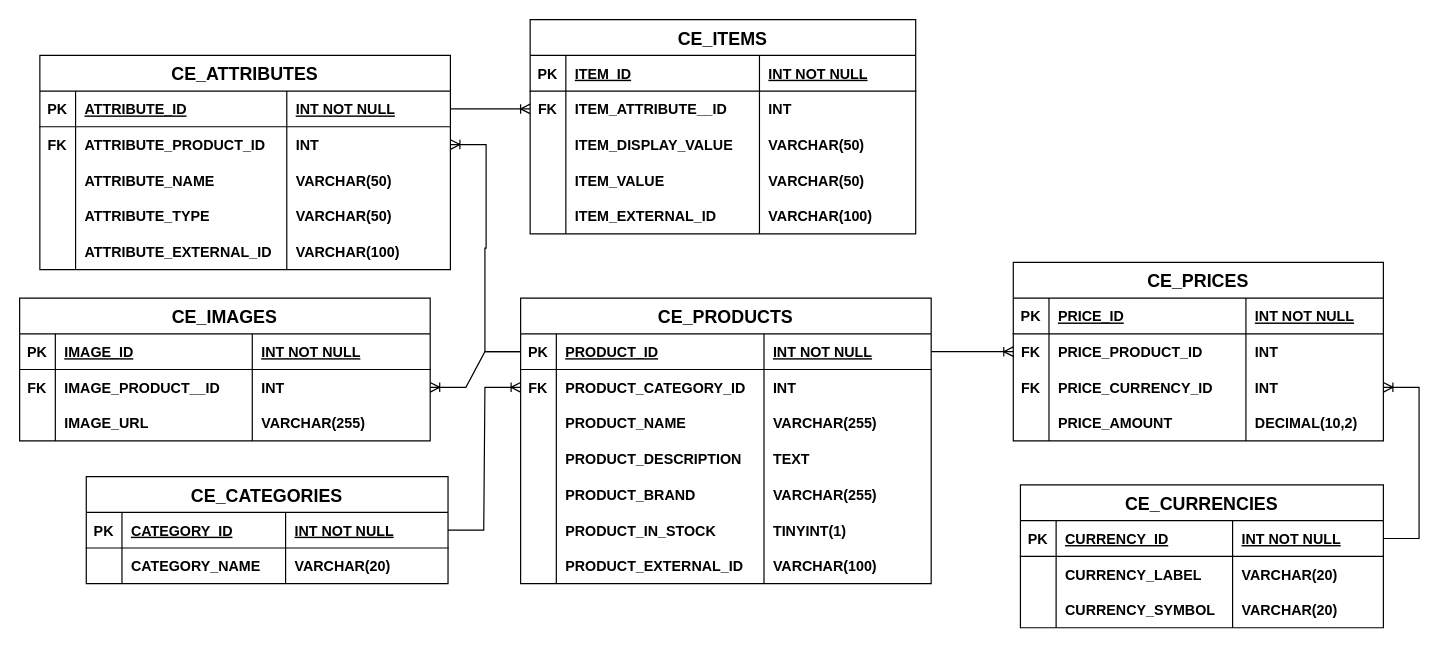
This is database/Products_3NF.drawio from GiorgiEz/eCommerceWebsite, a draw.io file, before an edit. Source tidied: cells renumbered, new cells numbered last; positions are measured from the earlier drawing's top-left corner, leaving out a move shared by most shapes. Both pictures are drawn from the tidied source at 119%, with x=0, y=0 at pixel (19, 19).
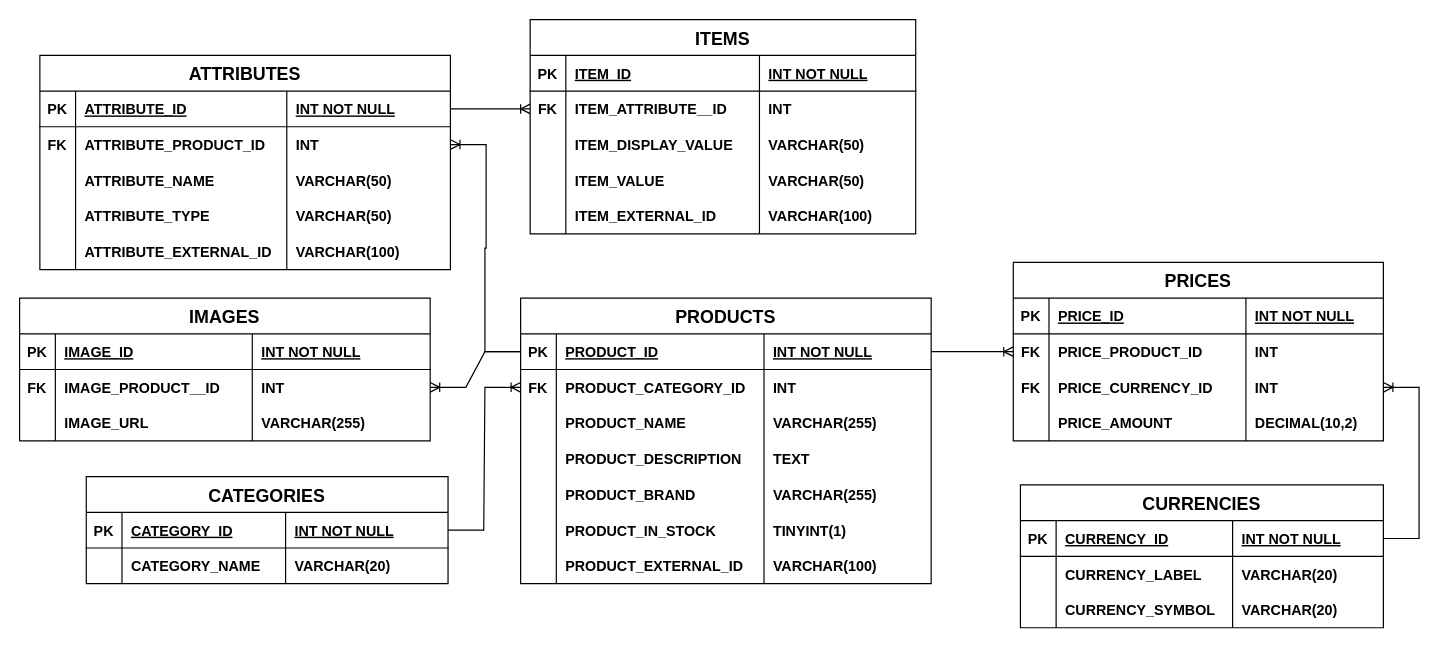
Above is the later version.

The edit, as a diff of the source:
```diff
@@
-    <mxCell id="2" value="CE_CATEGORIES" style="shape=table;startSize=30;childLayout=tableLayout;rowLines=0;fontStyle=1;align=center;fontSize=15;" parent="1" vertex="1">
+    <mxCell id="2" value="CATEGORIES" style="shape=table;startSize=30;childLayout=tableLayout;rowLines=0;fontStyle=1;align=center;fontSize=15;" parent="1" vertex="1">
       <mxGeometry x="56" y="384" width="304" height="90" as="geometry" />
     </mxCell>
@@
-    <mxCell id="11" value="CE_PRODUCTS" style="shape=table;startSize=30;childLayout=tableLayout;rowLines=0;fontStyle=1;align=center;fontSize=15;" parent="1" vertex="1">
+    <mxCell id="11" value="PRODUCTS" style="shape=table;startSize=30;childLayout=tableLayout;rowLines=0;fontStyle=1;align=center;fontSize=15;" parent="1" vertex="1">
       <mxGeometry x="421" y="234" width="345" height="240" as="geometry" />
     </mxCell>
@@
-    <mxCell id="41" value="CE_IMAGES" style="shape=table;startSize=30;childLayout=tableLayout;rowLines=0;fontStyle=1;align=center;fontSize=15;" parent="1" vertex="1">
+    <mxCell id="41" value="IMAGES" style="shape=table;startSize=30;childLayout=tableLayout;rowLines=0;fontStyle=1;align=center;fontSize=15;" parent="1" vertex="1">
       <mxGeometry y="234" width="345" height="120" as="geometry" />
     </mxCell>
@@
-    <mxCell id="55" value="CE_CURRENCIES" style="shape=table;startSize=30;childLayout=tableLayout;rowLines=0;fontStyle=1;align=center;fontSize=15;" parent="1" vertex="1">
+    <mxCell id="55" value="CURRENCIES" style="shape=table;startSize=30;childLayout=tableLayout;rowLines=0;fontStyle=1;align=center;fontSize=15;" parent="1" vertex="1">
       <mxGeometry x="841" y="391" width="305" height="120" as="geometry" />
     </mxCell>
@@
-    <mxCell id="68" value="CE_PRICES" style="shape=table;startSize=30;childLayout=tableLayout;rowLines=0;fontStyle=1;align=center;fontSize=15;" parent="1" vertex="1">
+    <mxCell id="68" value="PRICES" style="shape=table;startSize=30;childLayout=tableLayout;rowLines=0;fontStyle=1;align=center;fontSize=15;" parent="1" vertex="1">
       <mxGeometry x="835" y="204" width="311" height="150" as="geometry" />
     </mxCell>
@@
-    <mxCell id="85" value="CE_ATTRIBUTES" style="shape=table;startSize=30;childLayout=tableLayout;rowLines=0;fontStyle=1;align=center;fontSize=15;" parent="1" vertex="1">
+    <mxCell id="85" value="ATTRIBUTES" style="shape=table;startSize=30;childLayout=tableLayout;rowLines=0;fontStyle=1;align=center;fontSize=15;" parent="1" vertex="1">
       <mxGeometry x="17" y="30" width="345" height="180" as="geometry" />
     </mxCell>
@@
-    <mxCell id="108" value="CE_ITEMS" style="shape=table;startSize=30;childLayout=tableLayout;rowLines=0;fontStyle=1;align=center;fontSize=15;" parent="1" vertex="1">
+    <mxCell id="108" value="ITEMS" style="shape=table;startSize=30;childLayout=tableLayout;rowLines=0;fontStyle=1;align=center;fontSize=15;" parent="1" vertex="1">
       <mxGeometry x="429" width="324" height="180" as="geometry" />
     </mxCell>
```
